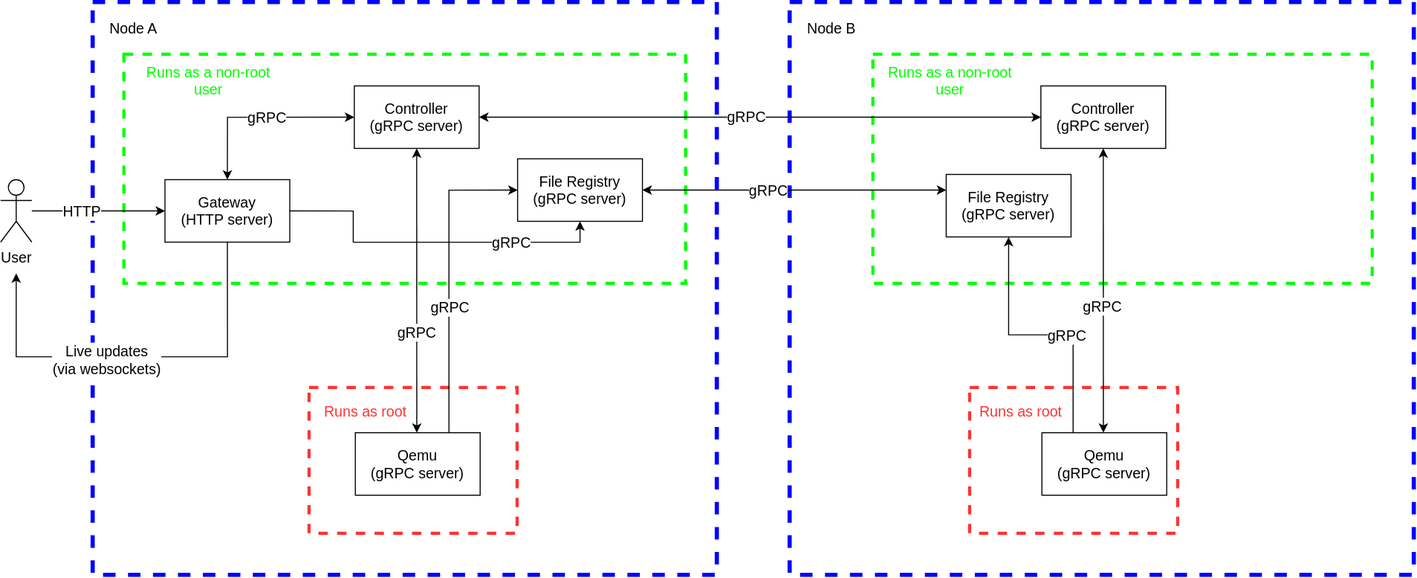
Above: architecture.svg in q-controller/qcontroller (draw.io), before the change. Source tidied: cells renumbered, new cells last; positions are measured from the earlier drawing's top-left corner, leaving out a move shared by most shapes.
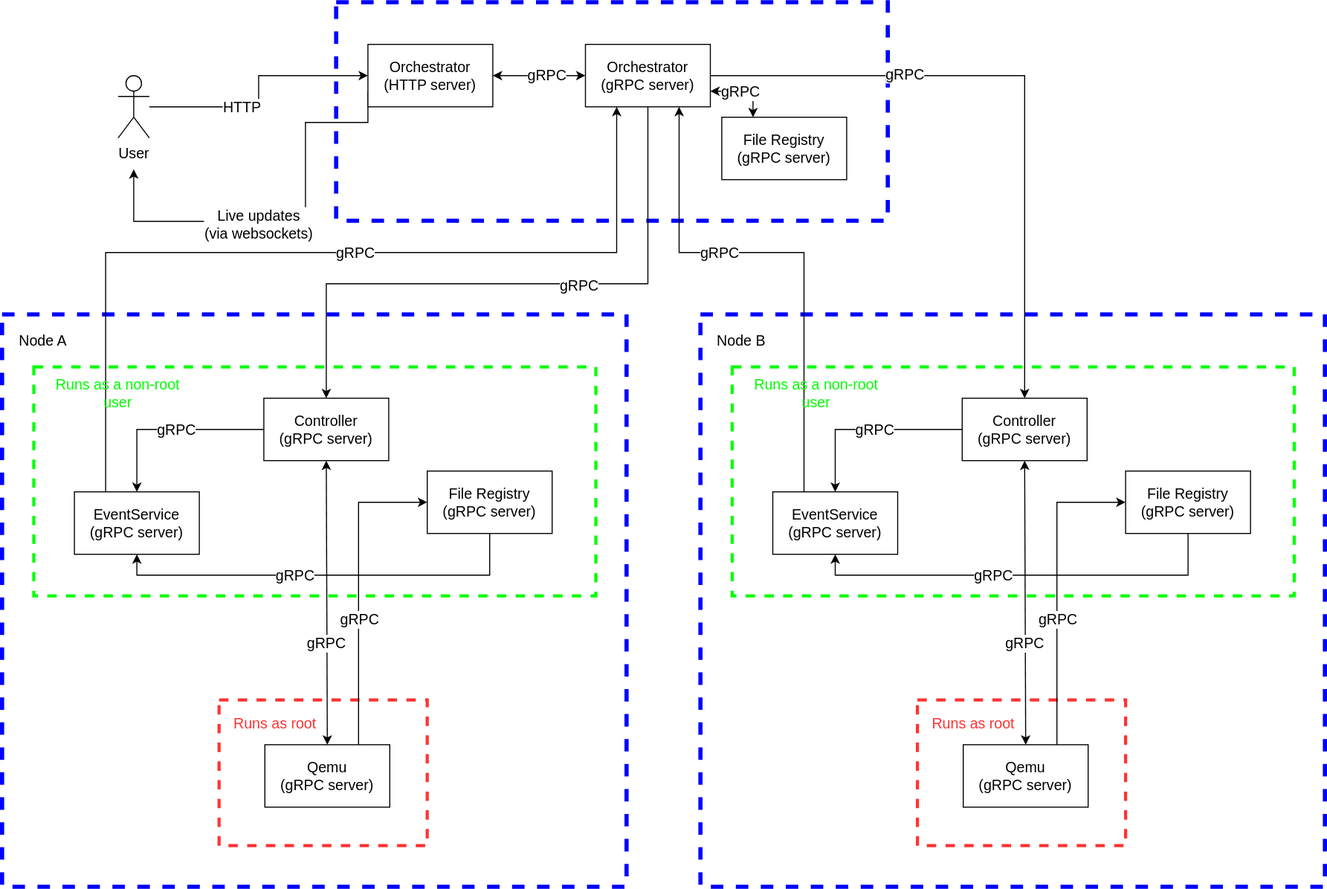
After the change.

Commit message:
Adjust readme to orchestrator API

What changed in the source:
```diff
@@ -2,19 +2,19 @@
   <root>
     <mxCell id="0" />
     <mxCell id="1" parent="0" />
+    <mxCell id="42" style="rounded=0;whiteSpace=wrap;html=1;dashed=1;strokeWidth=4;strokeColor=light-dark(#0000ff, #ededed);" parent="1" vertex="1">
+      <mxGeometry x="410" y="-300" width="530" height="210" as="geometry" />
+    </mxCell>
     <mxCell id="2" style="rounded=0;whiteSpace=wrap;html=1;dashed=1;strokeWidth=4;strokeColor=light-dark(#0000ff, #ededed);" parent="1" vertex="1">
       <mxGeometry x="89" width="600" height="550" as="geometry" />
     </mxCell>
-    <mxCell id="3" style="rounded=0;whiteSpace=wrap;html=1;dashed=1;strokeWidth=4;strokeColor=light-dark(#0000ff, #ededed);" parent="1" vertex="1">
-      <mxGeometry x="759" width="600" height="550" as="geometry" />
-    </mxCell>
     <mxCell id="4" style="rounded=0;whiteSpace=wrap;html=1;dashed=1;strokeColor=#FF3333;strokeWidth=3;" parent="1" vertex="1">
       <mxGeometry x="297" y="370" width="200" height="140" as="geometry" />
     </mxCell>
     <mxCell id="5" style="rounded=0;whiteSpace=wrap;html=1;dashed=1;strokeColor=#00FF00;strokeWidth=3;" parent="1" vertex="1">
       <mxGeometry x="119" y="50" width="540" height="220" as="geometry" />
     </mxCell>
-    <mxCell id="6" style="edgeStyle=orthogonalEdgeStyle;rounded=0;jettySize=auto;html=1;entryX=0;entryY=0.5;entryDx=0;entryDy=0;exitX=0.5;exitY=0;exitDx=0;exitDy=0;startArrow=classic;startFill=1;" parent="1" edge="1" source="12" target="15">
+    <mxCell id="6" style="edgeStyle=orthogonalEdgeStyle;rounded=0;jettySize=auto;html=1;entryX=0;entryY=0.5;entryDx=0;entryDy=0;exitX=0.5;exitY=0;exitDx=0;exitDy=0;startArrow=classic;startFill=1;endArrow=none;endFill=0;" parent="1" edge="1" source="12" target="15">
       <mxGeometry relative="1" as="geometry" />
     </mxCell>
     <mxCell id="7" value="gRPC" style="edgeLabel;html=1;align=center;verticalAlign=middle;fontSize=14;" parent="6" vertex="1">
@@ -22,31 +22,44 @@
         <mxPoint x="19" as="offset" />
       </mxGeometry>
     </mxCell>
-    <mxCell id="8" style="edgeStyle=orthogonalEdgeStyle;rounded=0;jettySize=auto;html=1;exitX=0.5;exitY=1;exitDx=0;exitDy=0;" parent="1" edge="1" source="12">
+    <mxCell id="8" style="edgeStyle=orthogonalEdgeStyle;rounded=0;jettySize=auto;html=1;exitX=0;exitY=0.75;exitDx=0;exitDy=0;" parent="1" edge="1" source="48">
       <mxGeometry relative="1" as="geometry">
-        <mxPoint x="15" y="260" as="targetPoint" />
+        <mxPoint x="215" y="-140" as="targetPoint" />
         <Array as="points">
-          <mxPoint x="218" y="340" />
-          <mxPoint x="15" y="340" />
+          <mxPoint x="380" y="-185" />
+          <mxPoint x="380" y="-90" />
+          <mxPoint x="215" y="-90" />
         </Array>
       </mxGeometry>
     </mxCell>
     <mxCell id="9" value="&lt;font style=&quot;font-size: 14px;&quot;&gt;Live updates&lt;/font&gt;&lt;div&gt;&lt;font style=&quot;font-size: 14px;&quot;&gt;(via websockets)&lt;/font&gt;&lt;/div&gt;" style="edgeLabel;html=1;align=center;verticalAlign=middle;" parent="8" vertex="1">
       <mxGeometry x="0.16" y="2" relative="1" as="geometry" />
     </mxCell>
-    <mxCell id="10" style="edgeStyle=orthogonalEdgeStyle;rounded=0;jettySize=auto;html=1;exitX=1;exitY=0.5;exitDx=0;exitDy=0;entryX=0.5;entryY=1;entryDx=0;entryDy=0;" parent="1" edge="1" source="12" target="24">
+    <mxCell id="10" style="edgeStyle=orthogonalEdgeStyle;rounded=0;jettySize=auto;html=1;exitX=0.5;exitY=1;exitDx=0;exitDy=0;entryX=0.5;entryY=1;entryDx=0;entryDy=0;startArrow=classic;startFill=1;endArrow=none;endFill=0;" parent="1" edge="1" source="12" target="24">
       <mxGeometry relative="1" as="geometry">
         <Array as="points">
-          <mxPoint x="339" y="200" />
-          <mxPoint x="339" y="230" />
-          <mxPoint x="557" y="230" />
+          <mxPoint x="218" y="250" />
+          <mxPoint x="557" y="250" />
         </Array>
       </mxGeometry>
     </mxCell>
     <mxCell id="11" value="&lt;font style=&quot;font-size: 14px;&quot;&gt;gRPC&lt;/font&gt;" style="edgeLabel;html=1;align=center;verticalAlign=middle;" parent="10" vertex="1">
-      <mxGeometry x="0.47" relative="1" as="geometry" />
+      <mxGeometry x="0.47" relative="1" as="geometry">
+        <mxPoint x="-121" as="offset" />
+      </mxGeometry>
     </mxCell>
+    <mxCell id="43" style="edgeStyle=orthogonalEdgeStyle;rounded=0;jettySize=auto;html=1;exitX=0.25;exitY=0;exitDx=0;exitDy=0;entryX=0.25;entryY=1;entryDx=0;entryDy=0;" parent="1" edge="1" source="12" target="47">
+      <mxGeometry relative="1" as="geometry">
+        <Array as="points">
+          <mxPoint x="188" y="-60" />
+          <mxPoint x="679" y="-60" />
+        </Array>
+      </mxGeometry>
+    </mxCell>
+    <mxCell id="44" value="&lt;font style=&quot;font-size: 14px;&quot;&gt;gRPC&lt;/font&gt;" style="edgeLabel;html=1;align=center;verticalAlign=middle;" parent="43" vertex="1">
+      <mxGeometry x="0.09" relative="1" as="geometry" />
+    </mxCell>
-    <mxCell id="12" value="&lt;div&gt;Gateway&lt;/div&gt;&lt;div&gt;(HTTP server)&lt;/div&gt;" style="rounded=0;whiteSpace=wrap;html=1;fontSize=14;" parent="1" vertex="1">
+    <mxCell id="12" value="&lt;div&gt;EventService&lt;/div&gt;&lt;div&gt;(gRPC server)&lt;/div&gt;" style="rounded=0;whiteSpace=wrap;html=1;fontSize=14;" parent="1" vertex="1">
       <mxGeometry x="158" y="170" width="120" height="60" as="geometry" />
     </mxCell>
     <mxCell id="13" style="edgeStyle=orthogonalEdgeStyle;rounded=0;jettySize=auto;html=1;exitX=0.5;exitY=1;exitDx=0;exitDy=0;startArrow=classic;startFill=1;entryX=0.5;entryY=0;entryDx=0;entryDy=0;" parent="1" edge="1" source="15" target="16">
@@ -65,14 +78,14 @@
     <mxCell id="16" value="&lt;div&gt;Qemu&lt;/div&gt;&lt;div&gt;(gRPC server)&lt;/div&gt;" style="rounded=0;whiteSpace=wrap;html=1;fontSize=14;" parent="1" vertex="1">
       <mxGeometry x="341" y="413" width="120" height="60" as="geometry" />
     </mxCell>
-    <mxCell id="17" style="edgeStyle=orthogonalEdgeStyle;rounded=0;jettySize=auto;html=1;entryX=0;entryY=0.5;entryDx=0;entryDy=0;" parent="1" edge="1" source="19" target="12">
+    <mxCell id="17" style="edgeStyle=orthogonalEdgeStyle;rounded=0;jettySize=auto;html=1;entryX=0;entryY=0.5;entryDx=0;entryDy=0;" parent="1" edge="1" source="19" target="48">
       <mxGeometry relative="1" as="geometry" />
     </mxCell>
     <mxCell id="18" value="HTTP" style="edgeLabel;html=1;align=center;verticalAlign=middle;fontSize=14;" parent="17" vertex="1">
       <mxGeometry x="-0.27" relative="1" as="geometry" />
     </mxCell>
     <mxCell id="19" value="&lt;font style=&quot;font-size: 14px;&quot;&gt;User&lt;/font&gt;" style="shape=umlActor;verticalLabelPosition=bottom;verticalAlign=top;html=1;outlineConnect=0;" parent="1" vertex="1">
-      <mxGeometry y="170" width="30" height="60" as="geometry" />
+      <mxGeometry x="200" y="-230" width="30" height="60" as="geometry" />
     </mxCell>
     <mxCell id="20" value="Runs as a non-root user" style="text;html=1;align=center;verticalAlign=middle;whiteSpace=wrap;rounded=0;fontSize=14;fontColor=#00FF00;" parent="1" vertex="1">
       <mxGeometry x="130" y="60" width="140" height="30" as="geometry" />
@@ -89,62 +102,124 @@
     <mxCell id="24" value="&lt;div&gt;File Registry&lt;/div&gt;&lt;div&gt;(gRPC server)&lt;/div&gt;" style="rounded=0;whiteSpace=wrap;html=1;fontSize=14;" parent="1" vertex="1">
       <mxGeometry x="497" y="150" width="120" height="60" as="geometry" />
     </mxCell>
-    <mxCell id="25" style="rounded=0;whiteSpace=wrap;html=1;dashed=1;strokeColor=#FF3333;strokeWidth=3;" parent="1" vertex="1">
-      <mxGeometry x="932" y="370" width="200" height="140" as="geometry" />
-    </mxCell>
-    <mxCell id="26" style="rounded=0;whiteSpace=wrap;html=1;dashed=1;strokeColor=#00FF00;strokeWidth=3;" parent="1" vertex="1">
-      <mxGeometry x="839" y="50" width="480" height="220" as="geometry" />
-    </mxCell>
+    <mxCell id="37" value="&lt;font style=&quot;font-size: 14px;&quot;&gt;Node A&lt;/font&gt;" style="text;html=1;whiteSpace=wrap;strokeColor=none;fillColor=none;align=center;verticalAlign=middle;rounded=0;" parent="1" vertex="1">
+      <mxGeometry x="98" y="10" width="60" height="30" as="geometry" />
+    </mxCell>
+    <mxCell id="45" style="edgeStyle=orthogonalEdgeStyle;rounded=0;jettySize=auto;html=1;exitX=1;exitY=0.75;exitDx=0;exitDy=0;entryX=0.25;entryY=0;entryDx=0;entryDy=0;startArrow=classic;startFill=1;" parent="1" edge="1" source="47" target="69">
+      <mxGeometry relative="1" as="geometry" />
+    </mxCell>
+    <mxCell id="46" value="&lt;font style=&quot;font-size: 14px;&quot;&gt;gRPC&lt;/font&gt;" style="edgeLabel;html=1;align=center;verticalAlign=middle;" parent="45" vertex="1">
+      <mxGeometry x="-0.14" relative="1" as="geometry" />
+    </mxCell>
+    <mxCell id="47" value="&lt;div&gt;Orchestrator&lt;/div&gt;&lt;div&gt;(gRPC server)&lt;/div&gt;" style="rounded=0;whiteSpace=wrap;html=1;fontSize=14;" parent="1" vertex="1">
+      <mxGeometry x="649" y="-260" width="120" height="60" as="geometry" />
+    </mxCell>
+    <mxCell id="48" value="&lt;div&gt;Orchestrator&lt;/div&gt;&lt;div&gt;(HTTP server)&lt;/div&gt;" style="rounded=0;whiteSpace=wrap;html=1;fontSize=14;" parent="1" vertex="1">
+      <mxGeometry x="440" y="-260" width="120" height="60" as="geometry" />
+    </mxCell>
+    <mxCell id="49" style="endArrow=classic;startArrow=classic;html=1;rounded=0;exitX=1;exitY=0.5;exitDx=0;exitDy=0;entryX=0;entryY=0.5;entryDx=0;entryDy=0;fontSize=14;" parent="1" edge="1" source="48" target="47">
+      <mxGeometry relative="1" as="geometry" />
+    </mxCell>
+    <mxCell id="50" value="gRPC" style="edgeLabel;html=1;align=center;verticalAlign=middle;fontSize=14;" parent="49" vertex="1">
+      <mxGeometry x="0.15" y="1" relative="1" as="geometry" />
+    </mxCell>
+    <mxCell id="51" style="edgeStyle=orthogonalEdgeStyle;rounded=0;jettySize=auto;html=1;exitX=0.5;exitY=0;exitDx=0;exitDy=0;entryX=0.5;entryY=1;entryDx=0;entryDy=0;startArrow=classic;startFill=1;endArrow=none;endFill=0;" parent="1" edge="1" source="15" target="47">
+      <mxGeometry relative="1" as="geometry">
+        <Array as="points">
+          <mxPoint x="400" y="-30" />
+          <mxPoint x="709" y="-30" />
+        </Array>
+      </mxGeometry>
+    </mxCell>
+    <mxCell id="52" value="&lt;font style=&quot;font-size: 14px;&quot;&gt;gRPC&lt;/font&gt;" style="edgeLabel;html=1;align=center;verticalAlign=middle;" parent="51" vertex="1">
+      <mxGeometry x="0.2" y="-1" relative="1" as="geometry" />
+    </mxCell>
+    <mxCell id="53" style="rounded=0;whiteSpace=wrap;html=1;dashed=1;strokeWidth=4;strokeColor=light-dark(#0000ff, #ededed);" parent="1" vertex="1">
+      <mxGeometry x="760" width="600" height="550" as="geometry" />
+    </mxCell>
+    <mxCell id="54" style="rounded=0;whiteSpace=wrap;html=1;dashed=1;strokeColor=#FF3333;strokeWidth=3;" parent="1" vertex="1">
+      <mxGeometry x="968" y="370" width="200" height="140" as="geometry" />
+    </mxCell>
+    <mxCell id="55" style="rounded=0;whiteSpace=wrap;html=1;dashed=1;strokeColor=#00FF00;strokeWidth=3;" parent="1" vertex="1">
+      <mxGeometry x="790" y="50" width="540" height="220" as="geometry" />
+    </mxCell>
+    <mxCell id="56" style="edgeStyle=orthogonalEdgeStyle;rounded=0;jettySize=auto;html=1;entryX=0;entryY=0.5;entryDx=0;entryDy=0;exitX=0.5;exitY=0;exitDx=0;exitDy=0;startArrow=classic;startFill=1;endArrow=none;endFill=0;" parent="1" edge="1" source="62" target="29">
+      <mxGeometry relative="1" as="geometry" />
+    </mxCell>
+    <mxCell id="57" value="gRPC" style="edgeLabel;html=1;align=center;verticalAlign=middle;fontSize=14;" parent="56" vertex="1">
+      <mxGeometry x="-0.15" relative="1" as="geometry">
+        <mxPoint x="19" as="offset" />
+      </mxGeometry>
+    </mxCell>
+    <mxCell id="58" style="edgeStyle=orthogonalEdgeStyle;rounded=0;jettySize=auto;html=1;exitX=0.5;exitY=1;exitDx=0;exitDy=0;entryX=0.5;entryY=1;entryDx=0;entryDy=0;startArrow=classic;startFill=1;endArrow=none;endFill=0;" parent="1" edge="1" source="62" target="66">
+      <mxGeometry relative="1" as="geometry">
+        <Array as="points">
+          <mxPoint x="889" y="250" />
+          <mxPoint x="1228" y="250" />
+        </Array>
+      </mxGeometry>
+    </mxCell>
+    <mxCell id="59" value="&lt;font style=&quot;font-size: 14px;&quot;&gt;gRPC&lt;/font&gt;" style="edgeLabel;html=1;align=center;verticalAlign=middle;" parent="58" vertex="1">
+      <mxGeometry x="0.47" relative="1" as="geometry">
+        <mxPoint x="-121" as="offset" />
+      </mxGeometry>
+    </mxCell>
+    <mxCell id="60" style="edgeStyle=orthogonalEdgeStyle;rounded=0;jettySize=auto;html=1;exitX=0.25;exitY=0;exitDx=0;exitDy=0;entryX=0.75;entryY=1;entryDx=0;entryDy=0;" parent="1" edge="1" source="62" target="47">
+      <mxGeometry relative="1" as="geometry">
+        <Array as="points">
+          <mxPoint x="859" y="-60" />
+          <mxPoint x="739" y="-60" />
+        </Array>
+      </mxGeometry>
+    </mxCell>
+    <mxCell id="61" value="&lt;font style=&quot;font-size: 14px;&quot;&gt;gRPC&lt;/font&gt;" style="edgeLabel;html=1;align=center;verticalAlign=middle;" parent="60" vertex="1">
+      <mxGeometry x="0.27" relative="1" as="geometry" />
+    </mxCell>
+    <mxCell id="62" value="&lt;div&gt;EventService&lt;/div&gt;&lt;div&gt;(gRPC server)&lt;/div&gt;" style="rounded=0;whiteSpace=wrap;html=1;fontSize=14;" parent="1" vertex="1">
+      <mxGeometry x="829" y="170" width="120" height="60" as="geometry" />
+    </mxCell>
     <mxCell id="27" style="edgeStyle=orthogonalEdgeStyle;rounded=0;jettySize=auto;html=1;exitX=0.5;exitY=1;exitDx=0;exitDy=0;startArrow=classic;startFill=1;entryX=0.5;entryY=0;entryDx=0;entryDy=0;" parent="1" edge="1" source="29" target="30">
       <mxGeometry relative="1" as="geometry">
         <Array as="points">
-          <mxPoint x="1060" y="413" />
+          <mxPoint x="1071" y="413" />
         </Array>
       </mxGeometry>
     </mxCell>
-    <mxCell id="28" value="gRPC" style="edgeLabel;html=1;align=center;verticalAlign=middle;fontSize=14;" parent="27" vertex="1">
-      <mxGeometry x="0.29" y="-1" relative="1" as="geometry">
-        <mxPoint x="-1" y="-25" as="offset" />
-      </mxGeometry>
-    </mxCell>
+    <mxCell id="63" value="gRPC" style="edgeLabel;html=1;align=center;verticalAlign=middle;fontSize=14;" parent="27" vertex="1">
+      <mxGeometry x="0.29" y="-1" relative="1" as="geometry" />
+    </mxCell>
     <mxCell id="29" value="&lt;div&gt;Controller&lt;/div&gt;&lt;div&gt;(gRPC server)&lt;/div&gt;" style="rounded=0;whiteSpace=wrap;html=1;fontSize=14;" parent="1" vertex="1">
-      <mxGeometry x="1000" y="80" width="120" height="60" as="geometry" />
+      <mxGeometry x="1011" y="80" width="120" height="60" as="geometry" />
     </mxCell>
     <mxCell id="30" value="&lt;div&gt;Qemu&lt;/div&gt;&lt;div&gt;(gRPC server)&lt;/div&gt;" style="rounded=0;whiteSpace=wrap;html=1;fontSize=14;" parent="1" vertex="1">
-      <mxGeometry x="1001" y="413" width="120" height="60" as="geometry" />
+      <mxGeometry x="1012" y="413" width="120" height="60" as="geometry" />
     </mxCell>
     <mxCell id="31" value="Runs as a non-root user" style="text;html=1;align=center;verticalAlign=middle;whiteSpace=wrap;rounded=0;fontSize=14;fontColor=#00FF00;" parent="1" vertex="1">
-      <mxGeometry x="843" y="60" width="140" height="30" as="geometry" />
+      <mxGeometry x="801" y="60" width="140" height="30" as="geometry" />
     </mxCell>
     <mxCell id="32" value="Runs as root" style="text;html=1;align=center;verticalAlign=middle;whiteSpace=wrap;rounded=0;fontSize=14;fontColor=#FF3333;" parent="1" vertex="1">
-      <mxGeometry x="936" y="378" width="90" height="30" as="geometry" />
+      <mxGeometry x="977" y="378" width="90" height="30" as="geometry" />
     </mxCell>
-    <mxCell id="33" style="edgeStyle=orthogonalEdgeStyle;rounded=0;jettySize=auto;html=1;exitX=0.5;exitY=1;exitDx=0;exitDy=0;entryX=0.25;entryY=0;entryDx=0;entryDy=0;startArrow=classic;startFill=1;endArrow=none;endFill=0;" parent="1" edge="1" source="35" target="30">
-      <mxGeometry relative="1" as="geometry" />
-    </mxCell>
-    <mxCell id="34" value="&lt;font style=&quot;font-size: 14px;&quot;&gt;gRPC&lt;/font&gt;" style="edgeLabel;html=1;align=center;verticalAlign=middle;" parent="33" vertex="1">
-      <mxGeometry x="0.19" relative="1" as="geometry" />
-    </mxCell>
-    <mxCell id="35" value="&lt;div&gt;File Registry&lt;/div&gt;&lt;div&gt;(gRPC server)&lt;/div&gt;" style="rounded=0;whiteSpace=wrap;html=1;fontSize=14;" parent="1" vertex="1">
-      <mxGeometry x="909" y="165" width="120" height="60" as="geometry" />
-    </mxCell>
+    <mxCell id="64" style="edgeStyle=orthogonalEdgeStyle;rounded=0;jettySize=auto;html=1;exitX=0;exitY=0.5;exitDx=0;exitDy=0;entryX=0.75;entryY=0;entryDx=0;entryDy=0;startArrow=classic;startFill=1;endArrow=none;endFill=0;" parent="1" edge="1" source="66" target="30">
+      <mxGeometry relative="1" as="geometry" />
+    </mxCell>
+    <mxCell id="65" value="&lt;font style=&quot;font-size: 14px;&quot;&gt;gRPC&lt;/font&gt;" style="edgeLabel;html=1;align=center;verticalAlign=middle;" parent="64" vertex="1">
+      <mxGeometry x="0.19" relative="1" as="geometry" />
+    </mxCell>
+    <mxCell id="66" value="&lt;div&gt;File Registry&lt;/div&gt;&lt;div&gt;(gRPC server)&lt;/div&gt;" style="rounded=0;whiteSpace=wrap;html=1;fontSize=14;" parent="1" vertex="1">
+      <mxGeometry x="1168" y="150" width="120" height="60" as="geometry" />
+    </mxCell>
     <mxCell id="36" value="&lt;font style=&quot;font-size: 14px;&quot;&gt;Node B&lt;/font&gt;" style="text;html=1;whiteSpace=wrap;strokeColor=none;fillColor=none;align=center;verticalAlign=middle;rounded=0;" parent="1" vertex="1">
       <mxGeometry x="769" y="10" width="60" height="30" as="geometry" />
     </mxCell>
-    <mxCell id="37" value="&lt;font style=&quot;font-size: 14px;&quot;&gt;Node A&lt;/font&gt;" style="text;html=1;whiteSpace=wrap;strokeColor=none;fillColor=none;align=center;verticalAlign=middle;rounded=0;" parent="1" vertex="1">
-      <mxGeometry x="98" y="10" width="60" height="30" as="geometry" />
-    </mxCell>
-    <mxCell id="38" style="edgeStyle=orthogonalEdgeStyle;rounded=0;jettySize=auto;html=1;exitX=1;exitY=0.5;exitDx=0;exitDy=0;entryX=0;entryY=0.25;entryDx=0;entryDy=0;startArrow=classic;startFill=1;" parent="1" edge="1" source="24" target="35">
-      <mxGeometry relative="1" as="geometry" />
-    </mxCell>
-    <mxCell id="39" value="&lt;font style=&quot;font-size: 14px;&quot;&gt;gRPC&lt;/font&gt;" style="edgeLabel;html=1;align=center;verticalAlign=middle;" parent="38" vertex="1">
-      <mxGeometry x="-0.18" relative="1" as="geometry" />
-    </mxCell>
-    <mxCell id="40" style="edgeStyle=orthogonalEdgeStyle;rounded=0;jettySize=auto;html=1;exitX=1;exitY=0.5;exitDx=0;exitDy=0;entryX=0;entryY=0.5;entryDx=0;entryDy=0;startArrow=classic;startFill=1;" parent="1" edge="1" source="15" target="29">
-      <mxGeometry relative="1" as="geometry" />
-    </mxCell>
-    <mxCell id="41" value="&lt;font style=&quot;font-size: 14px;&quot;&gt;gRPC&lt;/font&gt;" style="edgeLabel;html=1;align=center;verticalAlign=middle;" parent="40" vertex="1">
-      <mxGeometry x="-0.05" y="1" relative="1" as="geometry" />
-    </mxCell>
+    <mxCell id="67" style="edgeStyle=orthogonalEdgeStyle;rounded=0;jettySize=auto;html=1;exitX=1;exitY=0.5;exitDx=0;exitDy=0;" parent="1" edge="1" source="47" target="29">
+      <mxGeometry relative="1" as="geometry" />
+    </mxCell>
+    <mxCell id="68" value="&lt;font style=&quot;font-size: 14px;&quot;&gt;gRPC&lt;/font&gt;" style="edgeLabel;html=1;align=center;verticalAlign=middle;" parent="67" vertex="1">
+      <mxGeometry x="-0.39" y="2" relative="1" as="geometry" />
+    </mxCell>
+    <mxCell id="69" value="&lt;div&gt;File Registry&lt;/div&gt;&lt;div&gt;(gRPC server)&lt;/div&gt;" style="rounded=0;whiteSpace=wrap;html=1;fontSize=14;" parent="1" vertex="1">
+      <mxGeometry x="780" y="-190" width="120" height="60" as="geometry" />
+    </mxCell>
   </root>
 </mxGraphModel>
```
